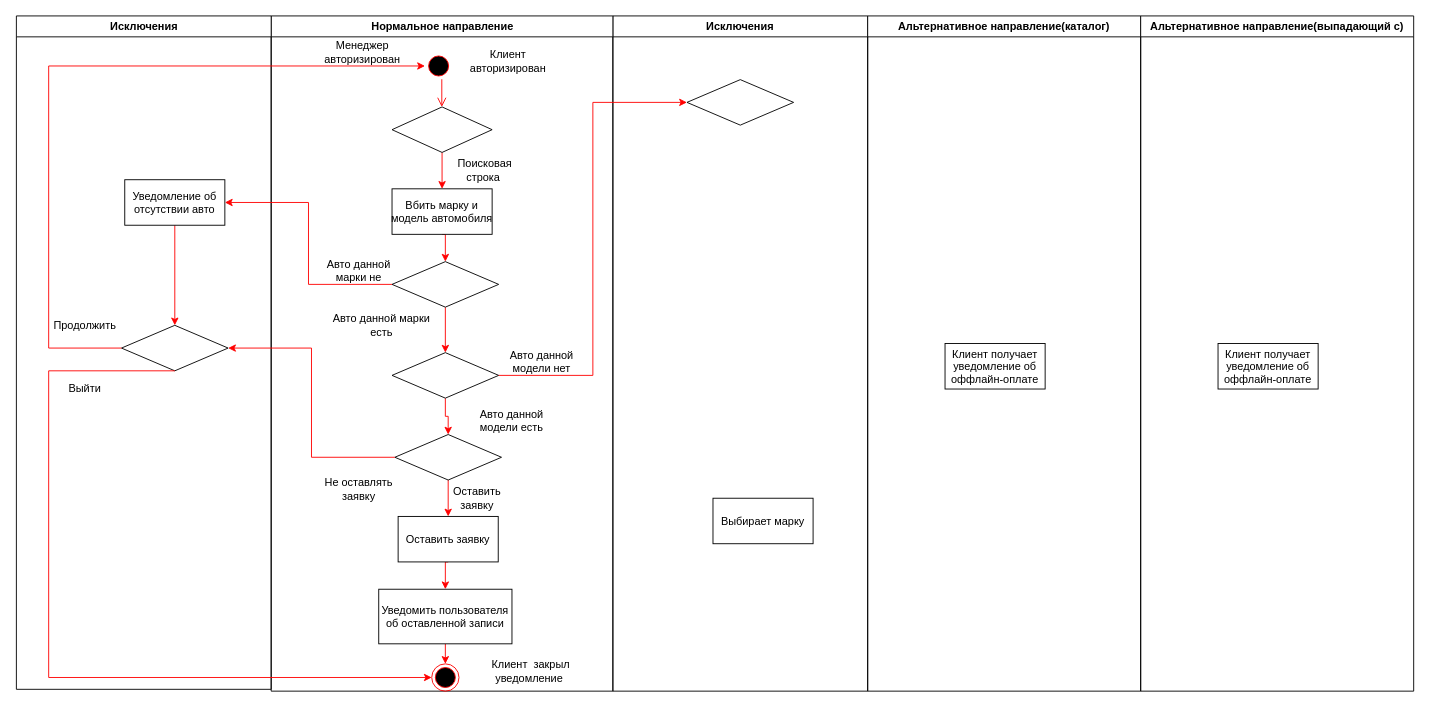
The draw.io diagram page "Page-1" (1 of 2) of РИАТ_6_1.2.drawio in yanelena/diagrams, before the edit. Source tidied: cells renumbered, new cells numbered last; positions are measured from the earlier drawing's top-left corner, leaving out a move shared by most shapes. Both pictures are drawn from the tidied source at 91%, with x=0, y=0 at pixel (15, 15).
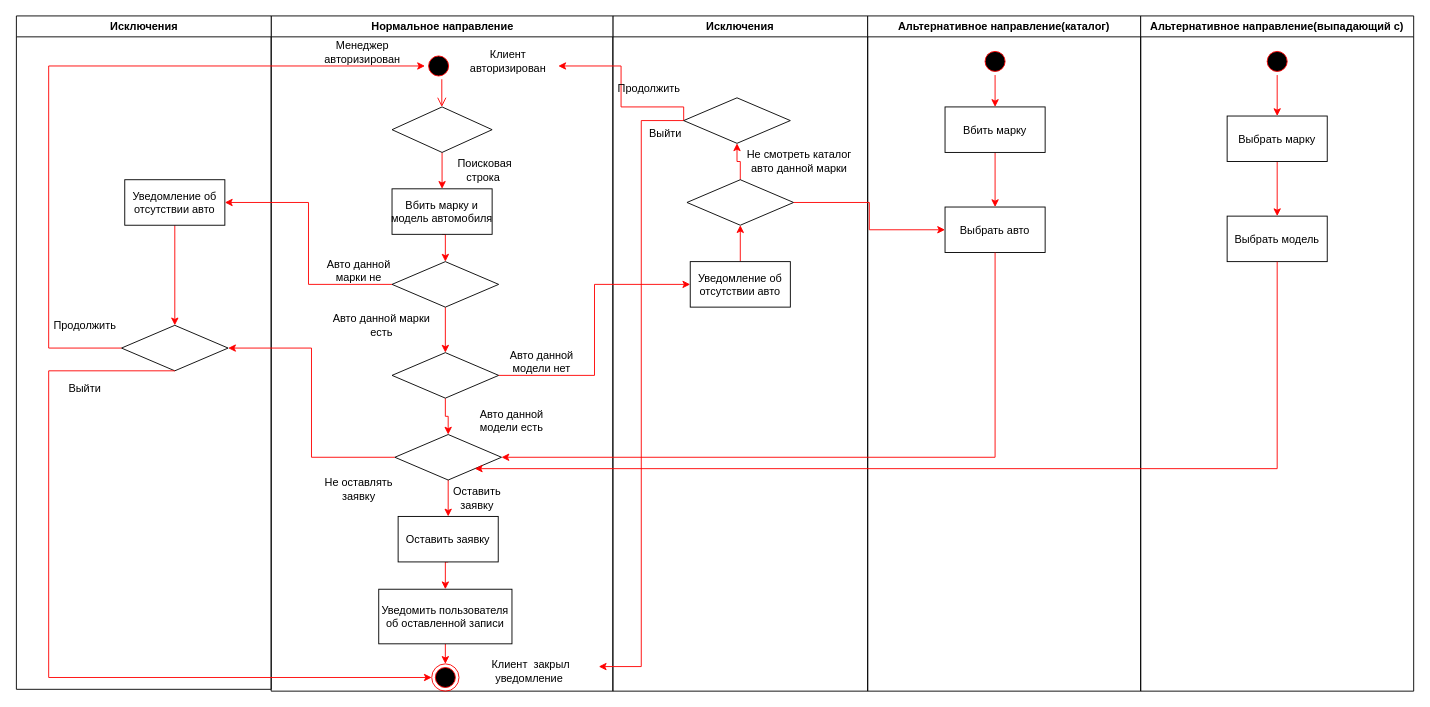
After the change.

Unchanged cells that the change refers to:
```xml
<mxCell id="2" value="Исключения" style="swimlane;whiteSpace=wrap;" parent="1" vertex="1">
  <mxGeometry x="656" width="280" height="742" as="geometry" />
</mxCell>
<mxCell id="11" value="Клиент авторизирован" style="text;html=1;strokeColor=none;fillColor=none;align=center;verticalAlign=middle;whiteSpace=wrap;rounded=0;" parent="4" vertex="1">
  <mxGeometry x="205.5" y="40" width="110" height="20" as="geometry" />
</mxCell>
<mxCell id="16" value="Клиент&amp;nbsp; закрыл уведомление&amp;nbsp;" style="text;html=1;strokeColor=none;fillColor=none;align=center;verticalAlign=middle;whiteSpace=wrap;rounded=0;" parent="4" vertex="1">
  <mxGeometry x="211.9" y="710" width="148.1" height="20" as="geometry" />
</mxCell>
<mxCell id="24" style="rhombus;whiteSpace=wrap;html=1;" parent="4" vertex="1">
  <mxGeometry x="135.9" y="460" width="117.2" height="50" as="geometry" />
</mxCell>
<mxCell id="29" style="rhombus;whiteSpace=wrap;html=1;" parent="4" vertex="1">
  <mxGeometry x="132.8" y="370" width="117.2" height="50" as="geometry" />
</mxCell>
<mxCell id="40" value="Альтернативное направление(каталог)" style="swimlane;whiteSpace=wrap;" parent="1" vertex="1">
  <mxGeometry x="936" width="300" height="742" as="geometry" />
</mxCell>
<mxCell id="42" value="Альтернативное направление(выпадающий с)" style="swimlane;whiteSpace=wrap;" parent="1" vertex="1">
  <mxGeometry x="1236" width="300" height="742" as="geometry" />
</mxCell>
```

The edit, as a diff of the source:
```diff
@@
-    <mxCell id="3" value="Выбирает марку" parent="2" vertex="1">
-      <mxGeometry x="110" y="530" width="110" height="50" as="geometry" />
-    </mxCell>
@@
-    <mxCell id="32" style="rhombus;whiteSpace=wrap;html=1;" parent="2" vertex="1">
-      <mxGeometry x="81.4" y="70" width="117.2" height="50" as="geometry" />
-    </mxCell>
+    <mxCell id="48" style="edgeStyle=orthogonalEdgeStyle;rounded=0;jettySize=auto;html=1;exitX=0.5;exitY=0;exitDx=0;exitDy=0;entryX=0.5;entryY=1;entryDx=0;entryDy=0;strokeColor=#FF0000;" parent="2" edge="1" source="51" target="50">
+      <mxGeometry relative="1" as="geometry" />
+    </mxCell>
-    <mxCell id="33" style="edgeStyle=orthogonalEdgeStyle;rounded=0;jettySize=auto;html=1;exitX=1;exitY=0.5;exitDx=0;exitDy=0;entryX=0;entryY=0.5;entryDx=0;entryDy=0;strokeColor=#FF0000;" parent="2" edge="1" source="29" target="32">
+    <mxCell id="33" style="edgeStyle=orthogonalEdgeStyle;rounded=0;jettySize=auto;html=1;exitX=1;exitY=0.5;exitDx=0;exitDy=0;entryX=0;entryY=0.5;entryDx=0;entryDy=0;strokeColor=#FF0000;" parent="2" edge="1" source="29" target="51">
       <mxGeometry relative="1" as="geometry" />
     </mxCell>
+    <mxCell id="49" style="edgeStyle=orthogonalEdgeStyle;rounded=0;jettySize=auto;html=1;exitX=0.5;exitY=0;exitDx=0;exitDy=0;entryX=0.5;entryY=1;entryDx=0;entryDy=0;strokeColor=#FF0000;" parent="2" edge="1" source="50" target="54">
+      <mxGeometry relative="1" as="geometry" />
+    </mxCell>
+    <mxCell id="50" style="rhombus;whiteSpace=wrap;html=1;" parent="2" vertex="1">
+      <mxGeometry x="81.4" y="180" width="117.2" height="50" as="geometry" />
+    </mxCell>
+    <mxCell id="51" value="Уведомление об&#10;отсутствии авто" parent="2" vertex="1">
+      <mxGeometry x="85" y="270" width="110" height="50" as="geometry" />
+    </mxCell>
+    <mxCell id="52" style="edgeStyle=orthogonalEdgeStyle;rounded=0;jettySize=auto;html=1;exitX=0;exitY=0.5;exitDx=0;exitDy=0;entryX=1;entryY=0.75;entryDx=0;entryDy=0;strokeColor=#FF0000;" parent="2" edge="1" source="54" target="11">
+      <mxGeometry relative="1" as="geometry">
+        <Array as="points">
+          <mxPoint x="78" y="100" />
+          <mxPoint x="9" y="100" />
+          <mxPoint x="9" y="55" />
+        </Array>
+      </mxGeometry>
+    </mxCell>
+    <mxCell id="53" style="edgeStyle=orthogonalEdgeStyle;rounded=0;jettySize=auto;html=1;exitX=0;exitY=0.5;exitDx=0;exitDy=0;entryX=1;entryY=0.25;entryDx=0;entryDy=0;strokeColor=#FF0000;" parent="2" edge="1" source="54" target="16">
+      <mxGeometry relative="1" as="geometry" />
+    </mxCell>
+    <mxCell id="54" style="rhombus;whiteSpace=wrap;html=1;" parent="2" vertex="1">
+      <mxGeometry x="77.8" y="90" width="117.2" height="50" as="geometry" />
+    </mxCell>
+    <mxCell id="55" value="Не смотреть каталог авто данной марки" style="text;html=1;strokeColor=none;fillColor=none;align=center;verticalAlign=middle;whiteSpace=wrap;rounded=0;" parent="2" vertex="1">
+      <mxGeometry x="140" y="150" width="130" height="20" as="geometry" />
+    </mxCell>
+    <mxCell id="56" value="Продолжить" style="text;html=1;strokeColor=none;fillColor=none;align=center;verticalAlign=middle;whiteSpace=wrap;rounded=0;" parent="2" vertex="1">
+      <mxGeometry x="20" y="70" width="40" height="20" as="geometry" />
+    </mxCell>
+    <mxCell id="57" value="Выйти" style="text;html=1;strokeColor=none;fillColor=none;align=center;verticalAlign=middle;whiteSpace=wrap;rounded=0;" parent="2" vertex="1">
+      <mxGeometry x="37.8" y="120" width="40" height="20" as="geometry" />
+    </mxCell>
@@
+    <mxCell id="58" style="edgeStyle=orthogonalEdgeStyle;rounded=0;jettySize=auto;html=1;exitX=0.5;exitY=1;exitDx=0;exitDy=0;entryX=0.5;entryY=0;entryDx=0;entryDy=0;strokeColor=#FF0000;" parent="40" edge="1" source="41" target="61">
+      <mxGeometry relative="1" as="geometry" />
+    </mxCell>
-    <mxCell id="41" value="Клиент получает&#10;уведомление об &#10;оффлайн-оплате" parent="40" vertex="1">
-      <mxGeometry x="85" y="360" width="110" height="50" as="geometry" />
+    <mxCell id="41" value="Вбить марку" parent="40" vertex="1">
+      <mxGeometry x="85" y="100" width="110" height="50" as="geometry" />
     </mxCell>
+    <mxCell id="59" style="edgeStyle=orthogonalEdgeStyle;rounded=0;jettySize=auto;html=1;exitX=0.5;exitY=1;exitDx=0;exitDy=0;entryX=0.5;entryY=0;entryDx=0;entryDy=0;strokeColor=#FF0000;" parent="40" edge="1" source="60" target="41">
+      <mxGeometry relative="1" as="geometry" />
+    </mxCell>
+    <mxCell id="60" style="ellipse;shape=startState;fillColor=#000000;strokeColor=#ff0000;" parent="40" vertex="1">
+      <mxGeometry x="125" y="35" width="30" height="30" as="geometry" />
+    </mxCell>
+    <mxCell id="61" value="Выбрать авто" parent="40" vertex="1">
+      <mxGeometry x="85" y="210" width="110" height="50" as="geometry" />
+    </mxCell>
@@
-    <mxCell id="43" value="Клиент получает&#10;уведомление об &#10;оффлайн-оплате" parent="42" vertex="1">
-      <mxGeometry x="85" y="360" width="110" height="50" as="geometry" />
-    </mxCell>
+    <mxCell id="62" style="edgeStyle=orthogonalEdgeStyle;rounded=0;jettySize=auto;html=1;exitX=0.5;exitY=1;exitDx=0;exitDy=0;entryX=0.5;entryY=0;entryDx=0;entryDy=0;strokeColor=#FF0000;" parent="42" edge="1" source="63" target="65">
+      <mxGeometry relative="1" as="geometry" />
+    </mxCell>
+    <mxCell id="63" style="ellipse;shape=startState;fillColor=#000000;strokeColor=#ff0000;" parent="42" vertex="1">
+      <mxGeometry x="135" y="35" width="30" height="30" as="geometry" />
+    </mxCell>
+    <mxCell id="64" style="edgeStyle=orthogonalEdgeStyle;rounded=0;jettySize=auto;html=1;exitX=0.5;exitY=1;exitDx=0;exitDy=0;strokeColor=#FF0000;" parent="42" edge="1" source="65" target="66">
+      <mxGeometry relative="1" as="geometry" />
+    </mxCell>
+    <mxCell id="65" value="Выбрать марку" parent="42" vertex="1">
+      <mxGeometry x="95" y="110" width="110" height="50" as="geometry" />
+    </mxCell>
+    <mxCell id="66" value="Выбрать модель" parent="42" vertex="1">
+      <mxGeometry x="95" y="220" width="110" height="50" as="geometry" />
+    </mxCell>
@@
+    <mxCell id="67" style="edgeStyle=orthogonalEdgeStyle;rounded=0;jettySize=auto;html=1;exitX=1;exitY=0.5;exitDx=0;exitDy=0;strokeColor=#FF0000;" parent="1" edge="1" source="50" target="61">
+      <mxGeometry relative="1" as="geometry" />
+    </mxCell>
+    <mxCell id="68" style="edgeStyle=orthogonalEdgeStyle;rounded=0;jettySize=auto;html=1;exitX=0.5;exitY=1;exitDx=0;exitDy=0;entryX=1;entryY=0.5;entryDx=0;entryDy=0;strokeColor=#FF0000;" parent="1" edge="1" source="61" target="24">
+      <mxGeometry relative="1" as="geometry" />
+    </mxCell>
+    <mxCell id="69" style="edgeStyle=orthogonalEdgeStyle;rounded=0;jettySize=auto;html=1;exitX=0.5;exitY=1;exitDx=0;exitDy=0;entryX=1;entryY=1;entryDx=0;entryDy=0;strokeColor=#FF0000;" parent="1" edge="1" source="66" target="24">
+      <mxGeometry relative="1" as="geometry">
+        <Array as="points">
+          <mxPoint x="1386" y="498" />
+        </Array>
+      </mxGeometry>
+    </mxCell>
```
